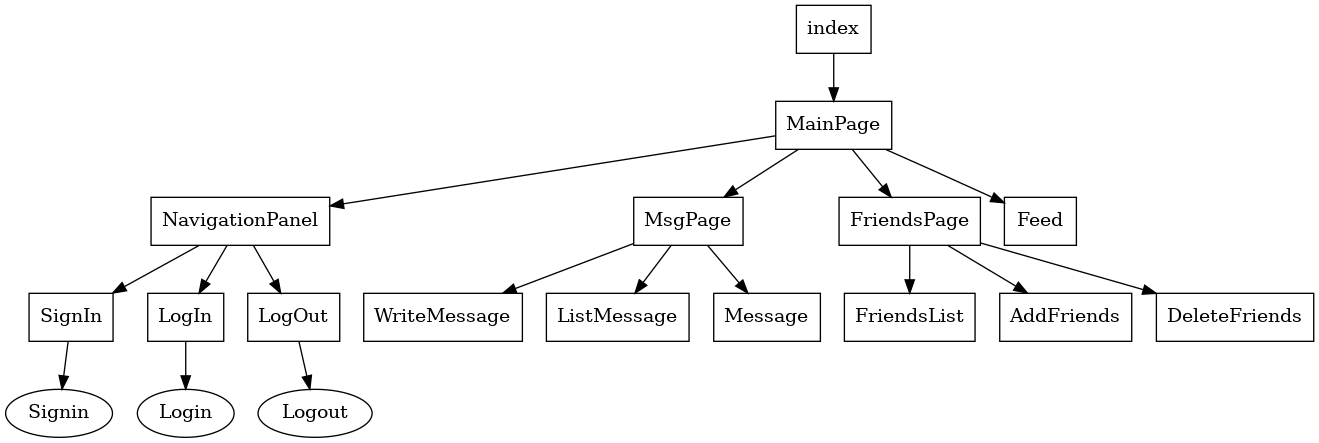
dydones/WebProject keeps this Graphviz diagram as src/graphProject.png. Above is the earlier version. Its source is kept beside it as src/GraphProject.dot. The source it was exported from:
```dot
digraph G{
	"index"->"MainPage";
	"MainPage"->"NavigationPanel";
	"MainPage"->"MsgPage";
	"MainPage"->"FriendsPage";
	"MainPage"->"Feed";

	"NavigationPanel"->"SignIn";
	"NavigationPanel"->"LogIn";
	"NavigationPanel"->"LogOut";

	"SignIn"->"Signin";
	"LogIn"->"Login";
	"LogOut"->"Logout";

	"MsgPage"->"WriteMessage";
	"MsgPage"->"ListMessage";
	"MsgPage"->"Message";

	"FriendsPage"->"FriendsList";
	"FriendsPage"->"AddFriends";
	"FriendsPage"->"DeleteFriends";

	"index" [shape = box];
	"MainPage" [shape = box];
	"NavigationPanel" [shape = box];
	"SignIn" [shape = box];
	"LogOut" [shape = box];
	"LogIn" [shape = box];
	"MsgPage"[shape = box];
	"Message"[shape = box];
	"WriteMessage"[shape = box];
	"ListMessage"[shape = box];
	"FriendsPage"[shape = box];
	"AddFriends"[shape = box];
	"DeleteFriends"[shape = box];
	"FriendsList"[shape = box];
	"Feed"[shape = box];
}
```
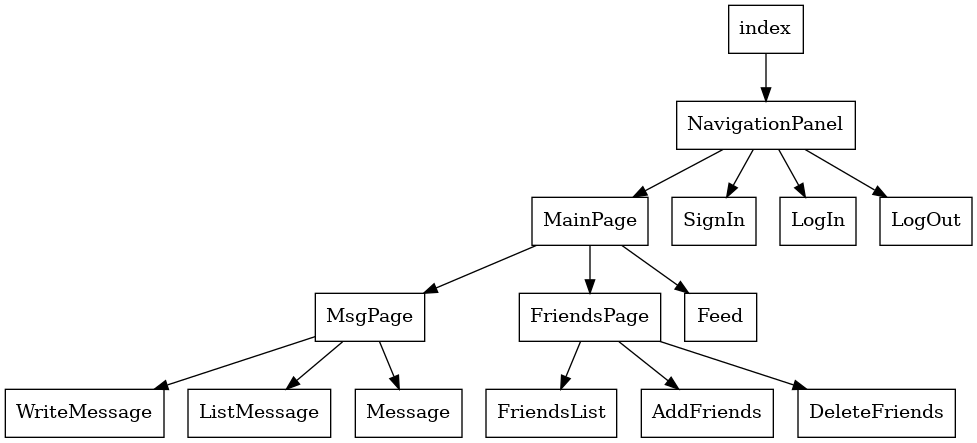
After the change.

Commit message:
correction du graph

Change to the diagram source:
```diff
@@ -1,6 +1,6 @@
 digraph G{
-	"index"->"MainPage";
-	"MainPage"->"NavigationPanel";
+	"index"->"NavigationPanel";
+	"NavigationPanel"->"MainPage";
 	"MainPage"->"MsgPage";
 	"MainPage"->"FriendsPage";
 	"MainPage"->"Feed";
@@ -8,10 +8,6 @@
 	"NavigationPanel"->"SignIn";
 	"NavigationPanel"->"LogIn";
 	"NavigationPanel"->"LogOut";
-
-	"SignIn"->"Signin";
-	"LogIn"->"Login";
-	"LogOut"->"Logout";
 
 	"MsgPage"->"WriteMessage";
 	"MsgPage"->"ListMessage";
```
